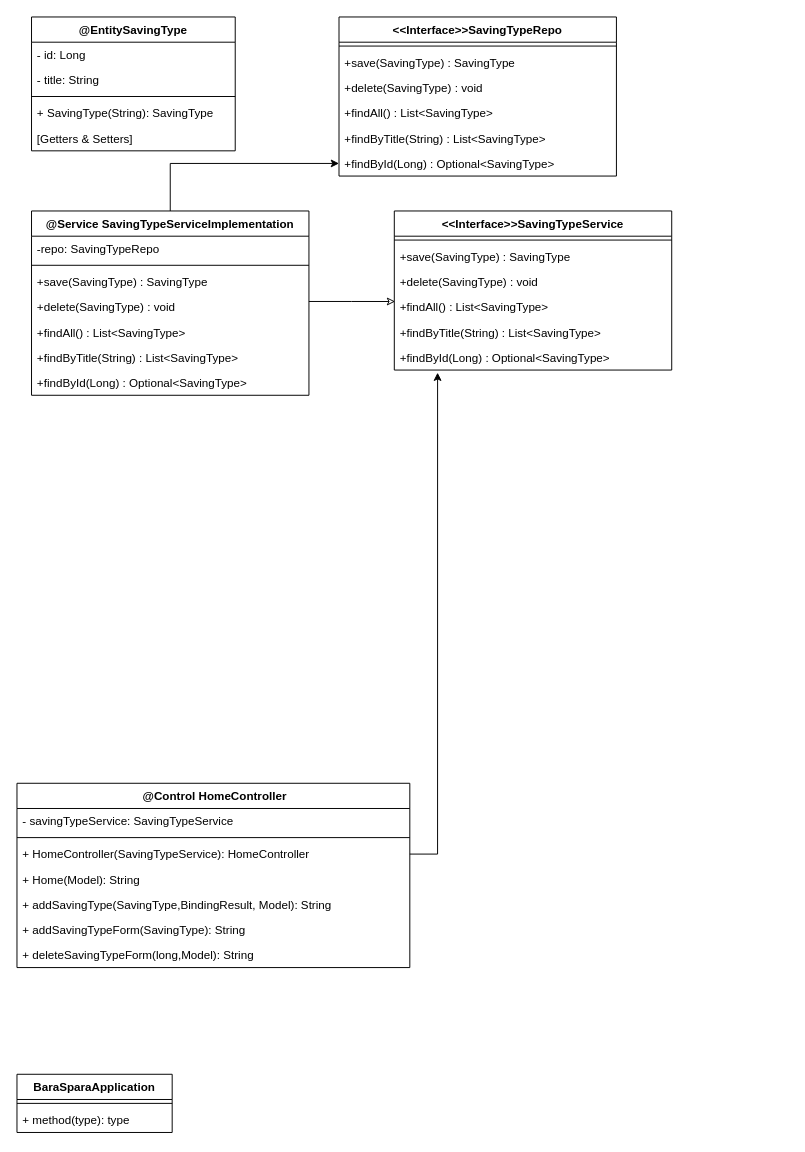
Above: UMLClassDiagram.drawio in bhs15/HugbunadarVerkfni1-Hopur27-BaraSpara (draw.io), before the change. Source tidied: cells renumbered, new cells numbered last; positions are measured from the earlier drawing's top-left corner, leaving out a move shared by most shapes. Both pictures are drawn from the tidied source at 97%, with x=0, y=0 at pixel (16, 16).
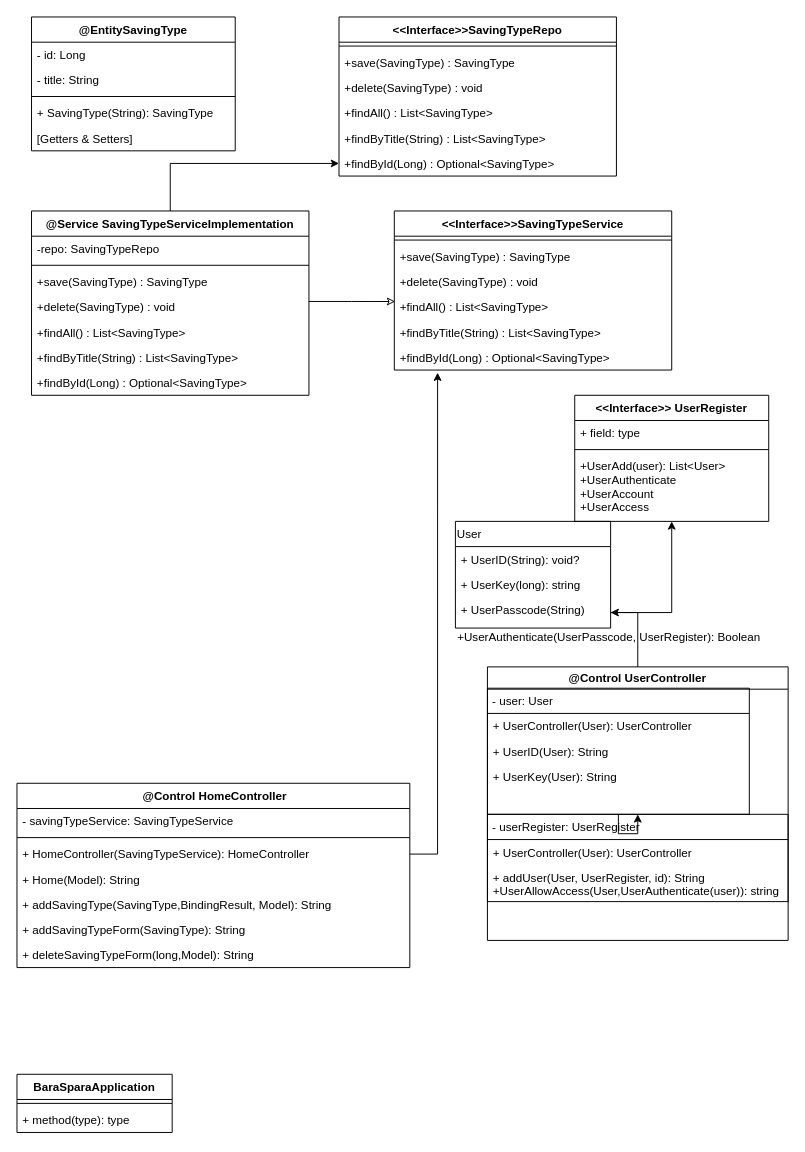
After the change.

Change to the diagram source:
```diff
@@
+    <mxCell id="44" value="&lt;&lt;Interface&gt;&gt; UserRegister" style="swimlane;fontStyle=1;align=center;verticalAlign=top;horizontal=1;startSize=26;" parent="1" vertex="1">
+      <mxGeometry x="575" y="390" width="200" height="130" as="geometry" />
+    </mxCell>
+    <mxCell id="45" value="+ field: type" style="text;strokeColor=none;fillColor=none;align=left;verticalAlign=top;spacingLeft=4;spacingRight=4;overflow=hidden;" parent="44" vertex="1">
+      <mxGeometry y="26" width="200" height="26" as="geometry" />
+    </mxCell>
+    <mxCell id="46" style="line;strokeWidth=1;fillColor=none;align=left;verticalAlign=middle;spacingTop=-1;spacingLeft=3;spacingRight=3;labelPosition=right;" parent="44" vertex="1">
+      <mxGeometry y="52" width="200" height="8" as="geometry" />
+    </mxCell>
+    <mxCell id="47" value="+UserAdd(user): List&lt;User&gt;&#10;+UserAuthenticate&#10;+UserAccount&#10;+UserAccess" style="text;strokeColor=none;fillColor=none;align=left;verticalAlign=top;spacingLeft=4;spacingRight=4;overflow=hidden;" parent="44" vertex="1">
+      <mxGeometry y="60" width="200" height="70" as="geometry" />
+    </mxCell>
+    <mxCell id="48" value="User" style="swimlane;fontStyle=0;horizontal=1;startSize=26;fillColor=none;align=left;" parent="1" vertex="1">
+      <mxGeometry x="452" y="520" width="160" height="110" as="geometry" />
+    </mxCell>
+    <mxCell id="49" value="+ UserID(String): void?" style="text;strokeColor=none;fillColor=none;align=left;verticalAlign=top;spacingLeft=4;spacingRight=4;overflow=hidden;" parent="48" vertex="1">
+      <mxGeometry y="26" width="160" height="26" as="geometry" />
+    </mxCell>
+    <mxCell id="50" value="+ UserKey(long): string&#10;" style="text;strokeColor=none;fillColor=none;align=left;verticalAlign=top;spacingLeft=4;spacingRight=4;overflow=hidden;" parent="48" vertex="1">
+      <mxGeometry y="52" width="160" height="26" as="geometry" />
+    </mxCell>
+    <mxCell id="51" value="+ UserPasscode(String)" style="text;strokeColor=none;fillColor=none;align=left;verticalAlign=top;spacingLeft=4;spacingRight=4;overflow=hidden;points=[[0,0.5],[1,0.5]];portConstraint=eastwest;" parent="48" vertex="1">
+      <mxGeometry y="78" width="160" height="32" as="geometry" />
+    </mxCell>
@@
+    <mxCell id="52" style="edgeStyle=orthogonalEdgeStyle;rounded=0;jettySize=auto;html=1;" parent="1" edge="1" source="53" target="51">
+      <mxGeometry relative="1" as="geometry" />
+    </mxCell>
+    <mxCell id="53" value="@Control UserController" style="swimlane;" parent="1" vertex="1">
+      <mxGeometry x="485" y="670" width="310" height="282" as="geometry" />
+    </mxCell>
+    <mxCell id="54" style="edgeStyle=orthogonalEdgeStyle;rounded=0;jettySize=auto;html=1;" parent="53" edge="1" source="55" target="59">
+      <mxGeometry relative="1" as="geometry" />
+    </mxCell>
+    <mxCell id="55" value=" - user: User" style="swimlane;fontStyle=0;horizontal=1;startSize=26;fillColor=none;align=left;" parent="53" vertex="1">
+      <mxGeometry y="22" width="270" height="130" as="geometry" />
+    </mxCell>
+    <mxCell id="56" value="+ UserController(User): UserController" style="text;strokeColor=none;fillColor=none;align=left;verticalAlign=top;spacingLeft=4;spacingRight=4;overflow=hidden;" parent="55" vertex="1">
+      <mxGeometry y="26" width="270" height="26" as="geometry" />
+    </mxCell>
+    <mxCell id="57" value="+ UserID(User): String" style="text;strokeColor=none;fillColor=none;align=left;verticalAlign=top;spacingLeft=4;spacingRight=4;overflow=hidden;" parent="55" vertex="1">
+      <mxGeometry y="52" width="270" height="26" as="geometry" />
+    </mxCell>
+    <mxCell id="58" value="+ UserKey(User): String&#10;" style="text;strokeColor=none;fillColor=none;align=left;verticalAlign=top;spacingLeft=4;spacingRight=4;overflow=hidden;" parent="55" vertex="1">
+      <mxGeometry y="78" width="270" height="52" as="geometry" />
+    </mxCell>
+    <mxCell id="59" value=" - userRegister: UserRegister" style="swimlane;fontStyle=0;horizontal=1;startSize=26;fillColor=none;align=left;" parent="53" vertex="1">
+      <mxGeometry y="152" width="310" height="90" as="geometry" />
+    </mxCell>
+    <mxCell id="60" value="+ UserController(User): UserController" style="text;strokeColor=none;fillColor=none;align=left;verticalAlign=top;spacingLeft=4;spacingRight=4;overflow=hidden;" parent="59" vertex="1">
+      <mxGeometry y="26" width="310" height="26" as="geometry" />
+    </mxCell>
+    <mxCell id="61" value="+ addUser(User, UserRegister, id): String&#10;+UserAllowAccess(User,UserAuthenticate(user)): string" style="text;strokeColor=none;fillColor=none;align=left;verticalAlign=top;spacingLeft=4;spacingRight=4;overflow=hidden;" parent="59" vertex="1">
+      <mxGeometry y="52" width="310" height="38" as="geometry" />
+    </mxCell>
+    <mxCell id="62" style="edgeStyle=orthogonalEdgeStyle;rounded=0;jettySize=auto;html=1;" parent="1" edge="1" source="51" target="44">
+      <mxGeometry relative="1" as="geometry" />
+    </mxCell>
+    <mxCell id="63" value="+UserAuthenticate(UserPasscode, UserRegister): Boolean" style="text;html=1;align=center;verticalAlign=middle;" parent="1" vertex="1">
+      <mxGeometry x="445" y="630" width="330" height="20" as="geometry" />
+    </mxCell>
```
